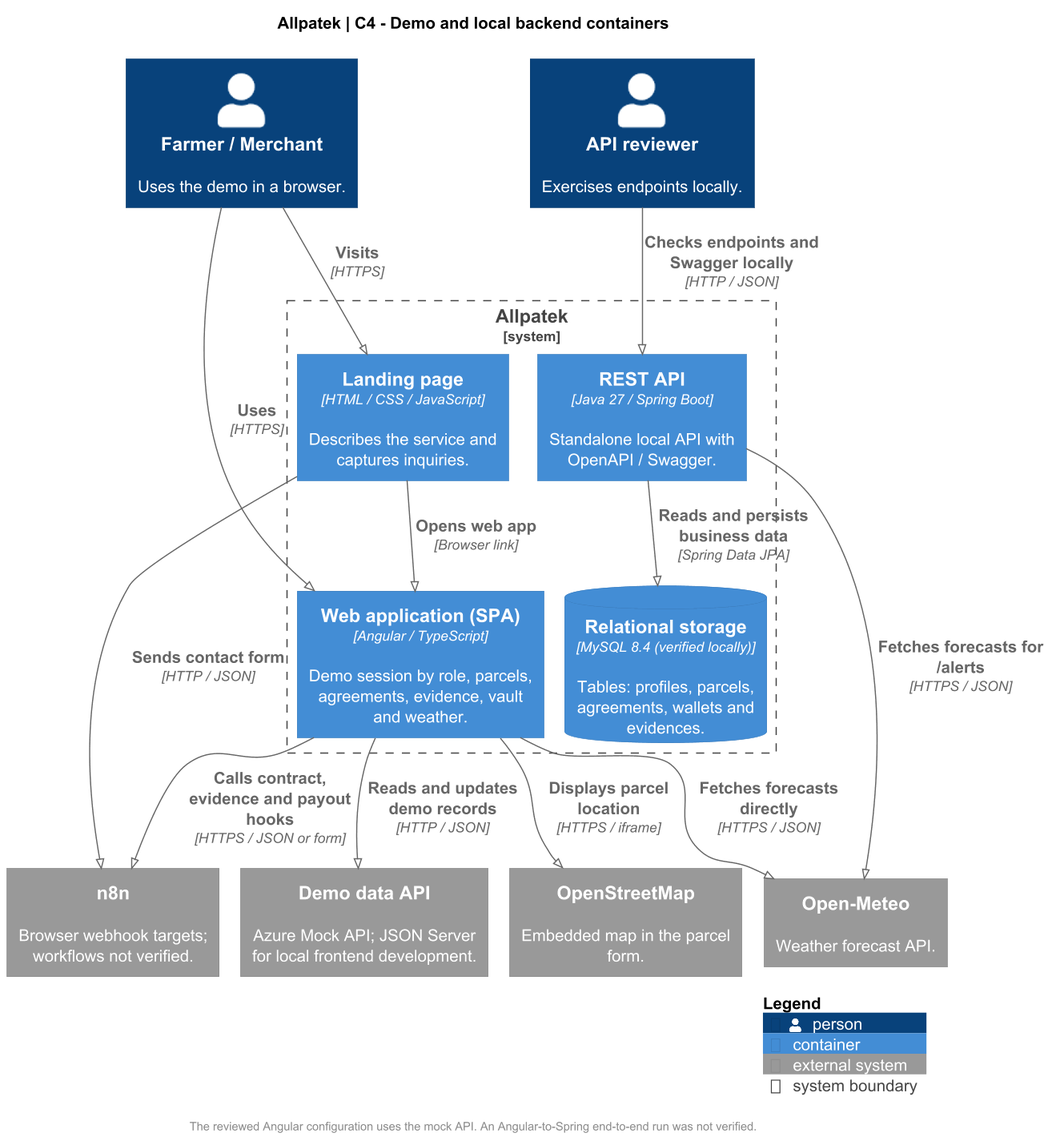
This is assets/chapter-04/architecture/03-containers.png from upc-pre-202620-1asi0729-7753-Terranova/allpatek-report, a PlantUML export, as it was before one commit.
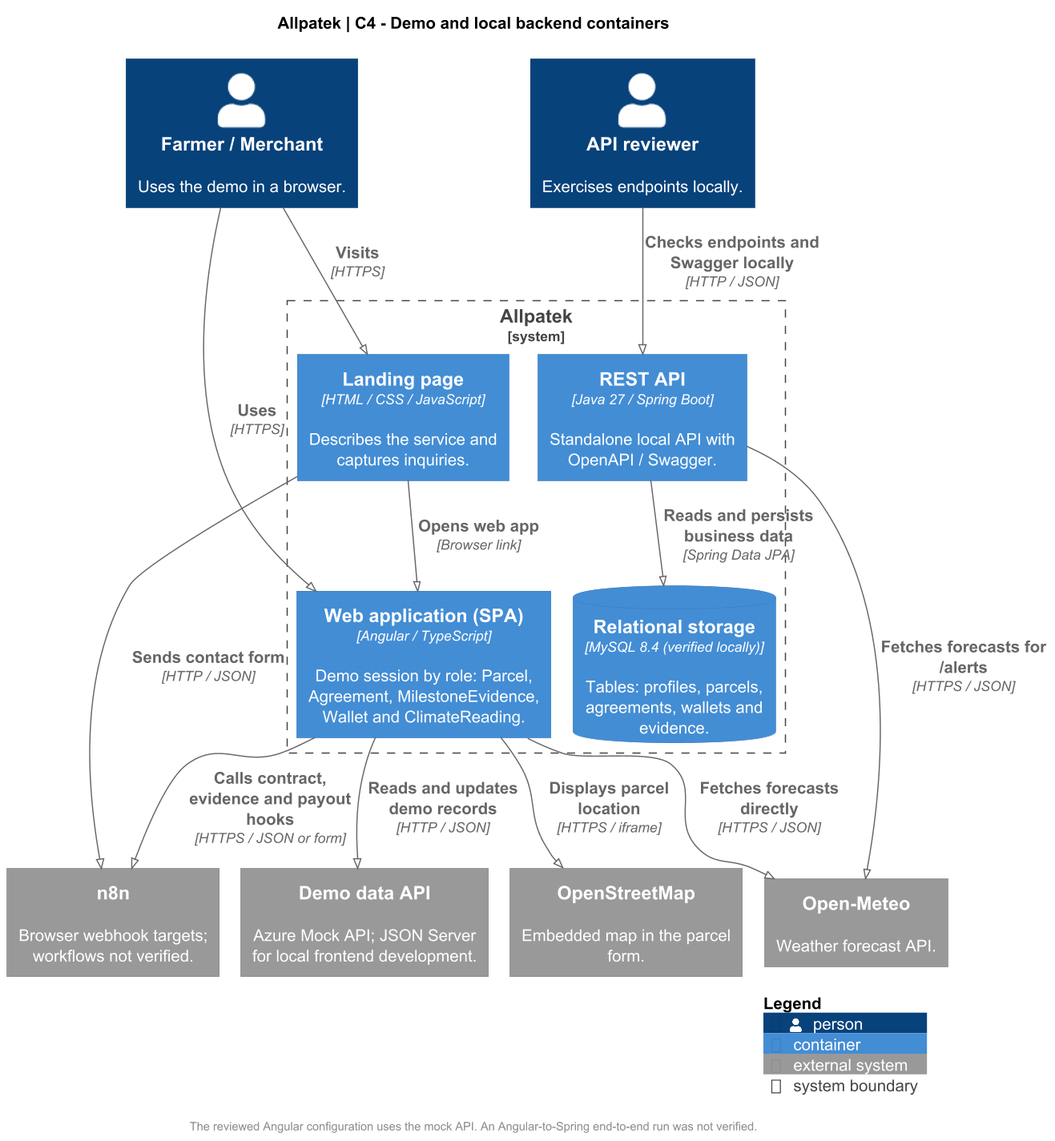
Above is the later version.

Commit message:
docs(architecture): name C4 containers from implemented MySQL tables

Diff of the diagram source:
```diff
@@ -15,9 +15,9 @@
 
 System_Boundary(allpatek, "Allpatek") {
   Container(landing, "Landing page", "HTML / CSS / JavaScript", "Describes the service and captures inquiries.")
-  Container(web, "Web application (SPA)", "Angular / TypeScript", "Demo session by role, parcels, agreements, evidence, vault and weather.")
+  Container(web, "Web application (SPA)", "Angular / TypeScript", "Demo session by role: Parcel, Agreement, MilestoneEvidence, Wallet and ClimateReading.")
   Container(api, "REST API", "Java 27 / Spring Boot", "Standalone local API with OpenAPI / Swagger.")
-  ContainerDb(db, "Relational storage", "MySQL 8.4 (verified locally)", "Tables: profiles, parcels, agreements, wallets and evidences.")
+  ContainerDb(db, "Relational storage", "MySQL 8.4 (verified locally)", "Tables: profiles, parcels, agreements, wallets and evidence.")
 }
 
 System_Ext(mock, "Demo data API", "Azure Mock API; JSON Server for local frontend development.")
```
